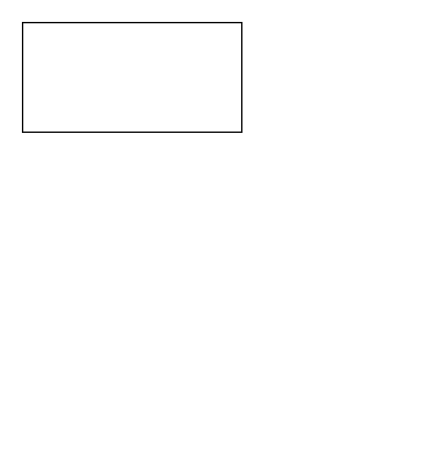
This is database-ER.drawio from guokaichina/database-ER, a draw.io file, before an edit. Source tidied: cells renumbered, new cells numbered last; positions are measured from the earlier drawing's top-left corner, leaving out a move shared by most shapes. Both pictures are drawn from the tidied source at 137%, with x=0, y=0 at pixel (22, 22).
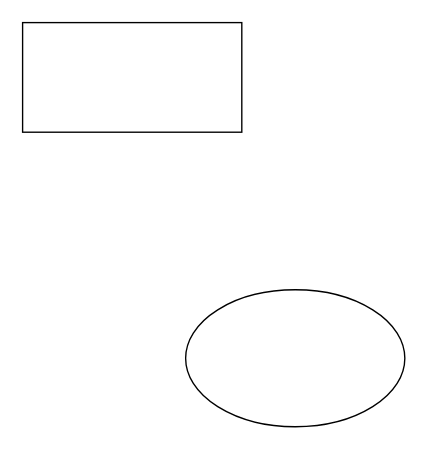
The same page after the edit.

What changed in the source:
```diff
@@
 <mxGraphModel>
   <root>
     <mxCell id="0" />
     <mxCell id="1" parent="0" />
     <mxCell id="2" style="rounded=0;whiteSpace=wrap;html=1;" parent="1" vertex="1">
       <mxGeometry width="160" height="80" as="geometry" />
     </mxCell>
+    <mxCell id="3" style="ellipse;whiteSpace=wrap;html=1;" parent="1" vertex="1">
+      <mxGeometry x="119" y="195" width="160" height="100" as="geometry" />
+    </mxCell>
   </root>
 </mxGraphModel>
```
